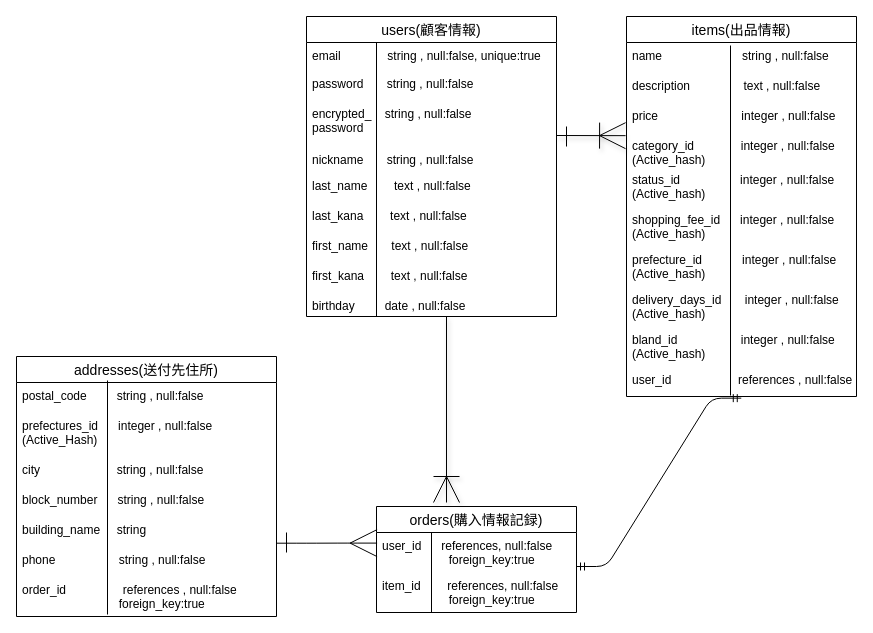
mayuphoo/furima-30336 keeps this draw.io diagram as furima.dio. Above is the earlier version. Source tidied: cells renumbered, new cells numbered last; positions are measured from the earlier drawing's top-left corner, leaving out a move shared by most shapes. Both pictures are drawn from the tidied source at 100%, with x=0, y=0 at pixel (16, 16).
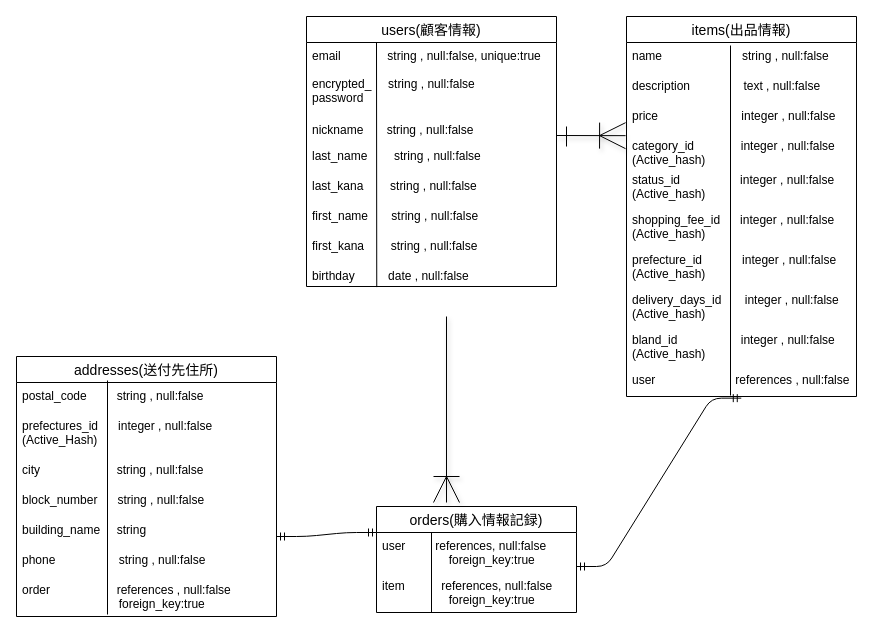
The same page after the edit.

Commit message (it also covers changes not shown here):
ER図とREADMEの作成(3)

Unchanged cells that the change refers to:
```xml
<mxCell id="2" value="items(出品情報)" style="swimlane;fontStyle=0;horizontal=1;startSize=26;align=center;fontSize=14;shadow=0;" parent="1" vertex="1">
  <mxGeometry x="610" width="230" height="380" as="geometry" />
</mxCell>
<mxCell id="24" value="orders(購入情報記録)" style="swimlane;fontStyle=0;horizontal=1;startSize=26;align=center;fontSize=14;shadow=0;" parent="1" vertex="1">
  <mxGeometry x="360" y="490" width="200" height="106" as="geometry" />
</mxCell>
<mxCell id="27" value="addresses(送付先住所)" style="swimlane;fontStyle=0;horizontal=1;startSize=26;align=center;fontSize=14;shadow=0;" parent="1" vertex="1">
  <mxGeometry y="340" width="260" height="260" as="geometry" />
</mxCell>
```

What changed in the source:
```diff
@@
-    <mxCell id="12" value="user_id                    references , null:false" style="text;strokeColor=none;fillColor=none;spacingLeft=4;spacingRight=4;overflow=hidden;points=[[0,0.5],[1,0.5]];portConstraint=eastwest;fontSize=12;" parent="2" vertex="1">
+    <mxCell id="12" value="user                        references , null:false" style="text;strokeColor=none;fillColor=none;spacingLeft=4;spacingRight=4;overflow=hidden;points=[[0,0.5],[1,0.5]];portConstraint=eastwest;fontSize=12;" parent="2" vertex="1">
       <mxGeometry y="350" width="230" height="30" as="geometry" />
     </mxCell>
     <mxCell id="13" value="users(顧客情報)" style="swimlane;fontStyle=0;horizontal=1;startSize=26;align=center;fontSize=14;shadow=0;" parent="1" vertex="1">
-      <mxGeometry x="290" width="250" height="300" as="geometry" />
+      <mxGeometry x="290" width="250" height="270" as="geometry" />
     </mxCell>
@@
-    <mxCell id="15" value="password       string , null:false" style="text;strokeColor=none;fillColor=none;spacingLeft=4;spacingRight=4;overflow=hidden;fontSize=12;" parent="13" vertex="1">
-      <mxGeometry y="54" width="250" height="30" as="geometry" />
-    </mxCell>
-    <mxCell id="16" value="encrypted_    string , null:false&#10;password " style="text;strokeColor=none;fillColor=none;spacingLeft=4;spacingRight=4;overflow=hidden;fontSize=12;" parent="13" vertex="1">
-      <mxGeometry y="84" width="250" height="46" as="geometry" />
+    <mxCell id="16" value="encrypted_     string , null:false&#10;password " style="text;strokeColor=none;fillColor=none;spacingLeft=4;spacingRight=4;overflow=hidden;fontSize=12;" parent="13" vertex="1">
+      <mxGeometry y="54" width="250" height="46" as="geometry" />
     </mxCell>
     <mxCell id="17" value="nickname       string , null:false" style="text;strokeColor=none;fillColor=none;spacingLeft=4;spacingRight=4;overflow=hidden;fontSize=12;" parent="13" vertex="1">
-      <mxGeometry y="130" width="250" height="26" as="geometry" />
+      <mxGeometry y="100" width="250" height="26" as="geometry" />
     </mxCell>
-    <mxCell id="18" value="last_name        text , null:false" style="text;strokeColor=none;fillColor=none;spacingLeft=4;spacingRight=4;overflow=hidden;fontSize=12;" parent="13" vertex="1">
-      <mxGeometry y="156" width="250" height="30" as="geometry" />
+    <mxCell id="18" value="last_name        string , null:false" style="text;strokeColor=none;fillColor=none;spacingLeft=4;spacingRight=4;overflow=hidden;fontSize=12;" parent="13" vertex="1">
+      <mxGeometry y="126" width="250" height="30" as="geometry" />
     </mxCell>
-    <mxCell id="19" value="last_kana        text , null:false" style="text;strokeColor=none;fillColor=none;spacingLeft=4;spacingRight=4;overflow=hidden;fontSize=12;" parent="13" vertex="1">
-      <mxGeometry y="186" width="250" height="30" as="geometry" />
+    <mxCell id="19" value="last_kana        string , null:false" style="text;strokeColor=none;fillColor=none;spacingLeft=4;spacingRight=4;overflow=hidden;fontSize=12;" parent="13" vertex="1">
+      <mxGeometry y="156" width="250" height="30" as="geometry" />
     </mxCell>
-    <mxCell id="20" value="first_name       text , null:false" style="text;fillColor=none;spacingLeft=4;spacingRight=4;overflow=hidden;fontSize=12;" parent="13" vertex="1">
-      <mxGeometry y="216" width="250" height="30" as="geometry" />
+    <mxCell id="20" value="first_name       string , null:false" style="text;fillColor=none;spacingLeft=4;spacingRight=4;overflow=hidden;fontSize=12;" parent="13" vertex="1">
+      <mxGeometry y="186" width="250" height="30" as="geometry" />
     </mxCell>
-    <mxCell id="21" style="endArrow=none;html=1;strokeWidth=1;" parent="13" edge="1">
+    <mxCell id="21" style="endArrow=none;html=1;strokeWidth=1;entryX=0.281;entryY=1.025;entryDx=0;entryDy=0;entryPerimeter=0;" parent="13" edge="1" target="23">
       <mxGeometry relative="1" as="geometry">
         <mxPoint x="70" y="26" as="sourcePoint" />
-        <mxPoint x="70" y="300" as="targetPoint" />
       </mxGeometry>
     </mxCell>
-    <mxCell id="22" value="first_kana        text , null:false" style="text;strokeColor=none;fillColor=none;spacingLeft=4;spacingRight=4;overflow=hidden;fontSize=12;" parent="13" vertex="1">
-      <mxGeometry y="246" width="250" height="30" as="geometry" />
+    <mxCell id="22" value="first_kana        string , null:false" style="text;strokeColor=none;fillColor=none;spacingLeft=4;spacingRight=4;overflow=hidden;fontSize=12;" parent="13" vertex="1">
+      <mxGeometry y="216" width="250" height="30" as="geometry" />
     </mxCell>
-    <mxCell id="23" value="birthday         date , null:false" style="text;strokeColor=none;fillColor=none;spacingLeft=4;spacingRight=4;overflow=hidden;points=[[0,0.5],[1,0.5]];portConstraint=eastwest;fontSize=12;" parent="13" vertex="1">
-      <mxGeometry y="276" width="250" height="24" as="geometry" />
+    <mxCell id="23" value="birthday          date , null:false" style="text;strokeColor=none;fillColor=none;spacingLeft=4;spacingRight=4;overflow=hidden;points=[[0,0.5],[1,0.5]];portConstraint=eastwest;fontSize=12;" parent="13" vertex="1">
+      <mxGeometry y="246" width="250" height="24" as="geometry" />
     </mxCell>
@@
-    <mxCell id="25" value="user_id      references, null:false&#10;                    foreign_key:true" style="text;strokeColor=none;fillColor=none;spacingLeft=4;spacingRight=4;overflow=hidden;fontSize=12;" parent="24" vertex="1">
+    <mxCell id="25" value="user         references, null:false&#10;                    foreign_key:true" style="text;strokeColor=none;fillColor=none;spacingLeft=4;spacingRight=4;overflow=hidden;fontSize=12;" parent="24" vertex="1">
       <mxGeometry y="26" width="200" height="40" as="geometry" />
     </mxCell>
-    <mxCell id="26" value="item_id        references, null:false&#10;                    foreign_key:true&#10;" style="text;strokeColor=none;fillColor=none;spacingLeft=4;spacingRight=4;overflow=hidden;fontSize=12;" parent="24" vertex="1">
+    <mxCell id="26" value="item           references, null:false&#10;                    foreign_key:true&#10;" style="text;strokeColor=none;fillColor=none;spacingLeft=4;spacingRight=4;overflow=hidden;fontSize=12;" parent="24" vertex="1">
       <mxGeometry y="66" width="200" height="40" as="geometry" />
     </mxCell>
@@
-    <mxCell id="34" value="order_id                 references , null:false&#10;                             foreign_key:true" style="text;strokeColor=none;fillColor=none;spacingLeft=4;spacingRight=4;overflow=hidden;fontSize=12;" parent="27" vertex="1">
+    <mxCell id="34" value="order                    references , null:false&#10;                             foreign_key:true" style="text;strokeColor=none;fillColor=none;spacingLeft=4;spacingRight=4;overflow=hidden;fontSize=12;" parent="27" vertex="1">
       <mxGeometry y="220" width="260" height="40" as="geometry" />
     </mxCell>
@@
-    <mxCell id="39" style="edgeStyle=entityRelationEdgeStyle;fontSize=12;html=1;endArrow=ERmany;entryX=-0.002;entryY=0.265;entryDx=0;entryDy=0;entryPerimeter=0;strokeWidth=1;endSize=25;exitX=0.995;exitY=0.889;exitDx=0;exitDy=0;exitPerimeter=0;" parent="1" edge="1">
-      <mxGeometry relative="1" as="geometry">
-        <mxPoint x="259.7" y="526.7" as="sourcePoint" />
-        <mxPoint x="360.6" y="526.6" as="targetPoint" />
-      </mxGeometry>
-    </mxCell>
-    <mxCell id="40" style="endArrow=none;html=1;rounded=0;strokeWidth=1;" parent="1" edge="1">
-      <mxGeometry relative="1" as="geometry">
-        <mxPoint x="270" y="516" as="sourcePoint" />
-        <mxPoint x="270" y="536" as="targetPoint" />
-      </mxGeometry>
-    </mxCell>
@@
+    <mxCell id="44" style="edgeStyle=entityRelationEdgeStyle;fontSize=12;html=1;endArrow=ERmandOne;startArrow=ERmandOne;strokeWidth=1;" parent="1" edge="1">
+      <mxGeometry relative="1" as="geometry">
+        <mxPoint x="260" y="520" as="sourcePoint" />
+        <mxPoint x="360" y="516" as="targetPoint" />
+      </mxGeometry>
+    </mxCell>
```
